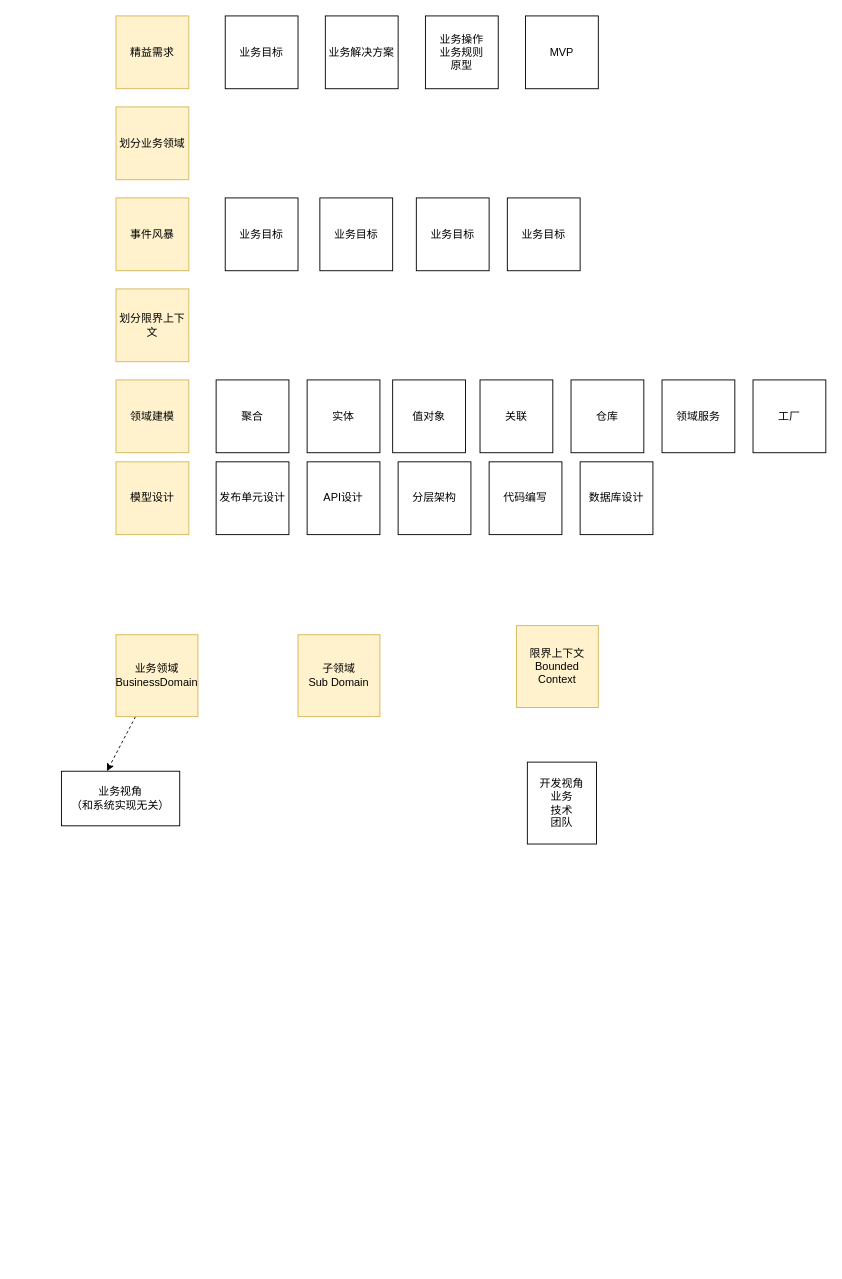
This is Untitled Diagram.drawio from cai123nb/architect-awesome, a draw.io file, before an edit. Source tidied: cells renumbered, new cells numbered last; positions are measured from the earlier drawing's top-left corner, leaving out a move shared by most shapes. Both pictures are drawn from the tidied source at 91%, with x=0, y=0 at pixel (61, 15).
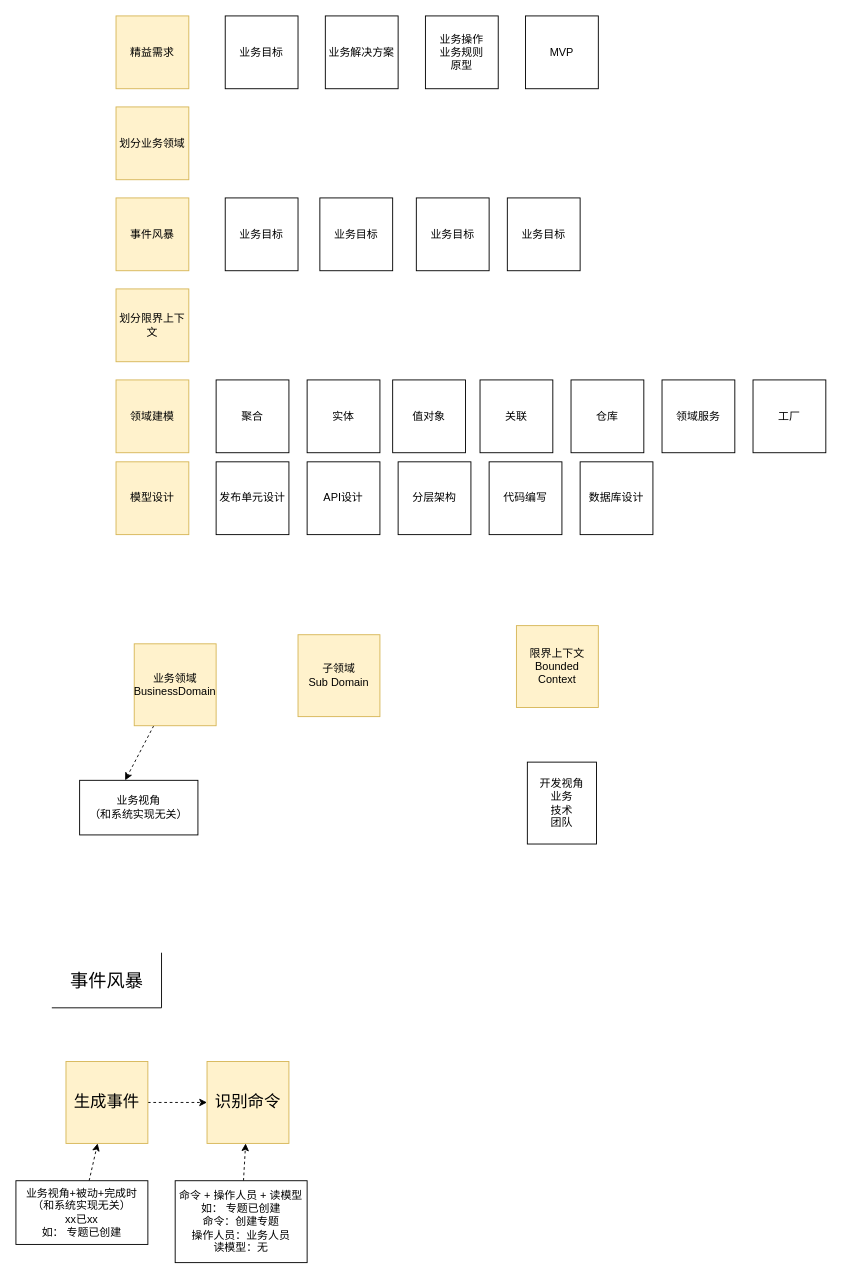
The same diagram, later.

What changed in the source:
```diff
@@
     <mxCell id="28" style="rounded=0;jettySize=auto;html=1;dashed=1;" parent="1" edge="1" source="29">
       <mxGeometry relative="1" as="geometry">
-        <mxPoint x="50" y="830" as="targetPoint" />
+        <mxPoint x="70" y="840" as="targetPoint" />
       </mxGeometry>
     </mxCell>
     <mxCell id="29" value="业务领域&lt;br&gt;BusinessDomain" style="whiteSpace=wrap;html=1;fillColor=#fff2cc;strokeColor=#d6b656;" parent="1" vertex="1">
-      <mxGeometry x="60" y="680" width="90" height="90" as="geometry" />
+      <mxGeometry x="80" y="690" width="90" height="90" as="geometry" />
     </mxCell>
@@
     <mxCell id="32" value="业务视角&lt;br&gt;（和系统实现无关）" style="rounded=0;whiteSpace=wrap;html=1;" parent="1" vertex="1">
-      <mxGeometry y="830" width="130" height="60" as="geometry" />
+      <mxGeometry x="20" y="840" width="130" height="60" as="geometry" />
     </mxCell>
@@
+    <mxCell id="34" style="edgeStyle=none;rounded=0;jettySize=auto;html=1;dashed=1;" parent="1" edge="1" source="35" target="37">
+      <mxGeometry relative="1" as="geometry" />
+    </mxCell>
+    <mxCell id="35" value="&lt;font style=&quot;font-size: 18px&quot;&gt;生成事件&lt;/font&gt;" style="whiteSpace=wrap;html=1;fillColor=#fff2cc;strokeColor=#d6b656;" parent="1" vertex="1">
+      <mxGeometry x="5" y="1149" width="90" height="90" as="geometry" />
+    </mxCell>
+    <mxCell id="36" value="&lt;font style=&quot;font-size: 20px&quot;&gt;事件风暴&lt;/font&gt;" style="shape=partialRectangle;whiteSpace=wrap;html=1;top=0;left=0;fillColor=none;" parent="1" vertex="1">
+      <mxGeometry x="-10" y="1030" width="120" height="60" as="geometry" />
+    </mxCell>
+    <mxCell id="37" value="&lt;span style=&quot;font-size: 18px&quot;&gt;识别命令&lt;/span&gt;" style="whiteSpace=wrap;html=1;fillColor=#fff2cc;strokeColor=#d6b656;" parent="1" vertex="1">
+      <mxGeometry x="160" y="1149" width="90" height="90" as="geometry" />
+    </mxCell>
+    <mxCell id="38" style="rounded=0;jettySize=auto;html=1;dashed=1;" parent="1" edge="1" source="39" target="35">
+      <mxGeometry relative="1" as="geometry" />
+    </mxCell>
+    <mxCell id="39" value="业务视角+被动+完成时&lt;br&gt;（和系统实现无关）&lt;br&gt;xx已xx&lt;br&gt;如： 专题已创建" style="rounded=0;whiteSpace=wrap;html=1;" parent="1" vertex="1">
+      <mxGeometry x="-50" y="1280" width="145" height="70" as="geometry" />
+    </mxCell>
+    <mxCell id="40" style="edgeStyle=none;rounded=0;jettySize=auto;html=1;dashed=1;" parent="1" edge="1" source="41" target="37">
+      <mxGeometry relative="1" as="geometry" />
+    </mxCell>
+    <mxCell id="41" value="命令 + 操作人员 + 读模型&lt;br&gt;如： 专题已创建&lt;br&gt;命令：创建专题&lt;br&gt;操作人员：业务人员&lt;br&gt;读模型：无&lt;br&gt;" style="rounded=0;whiteSpace=wrap;html=1;textDirection=ltr;" parent="1" vertex="1">
+      <mxGeometry x="125" y="1280" width="145" height="90" as="geometry" />
+    </mxCell>
```
